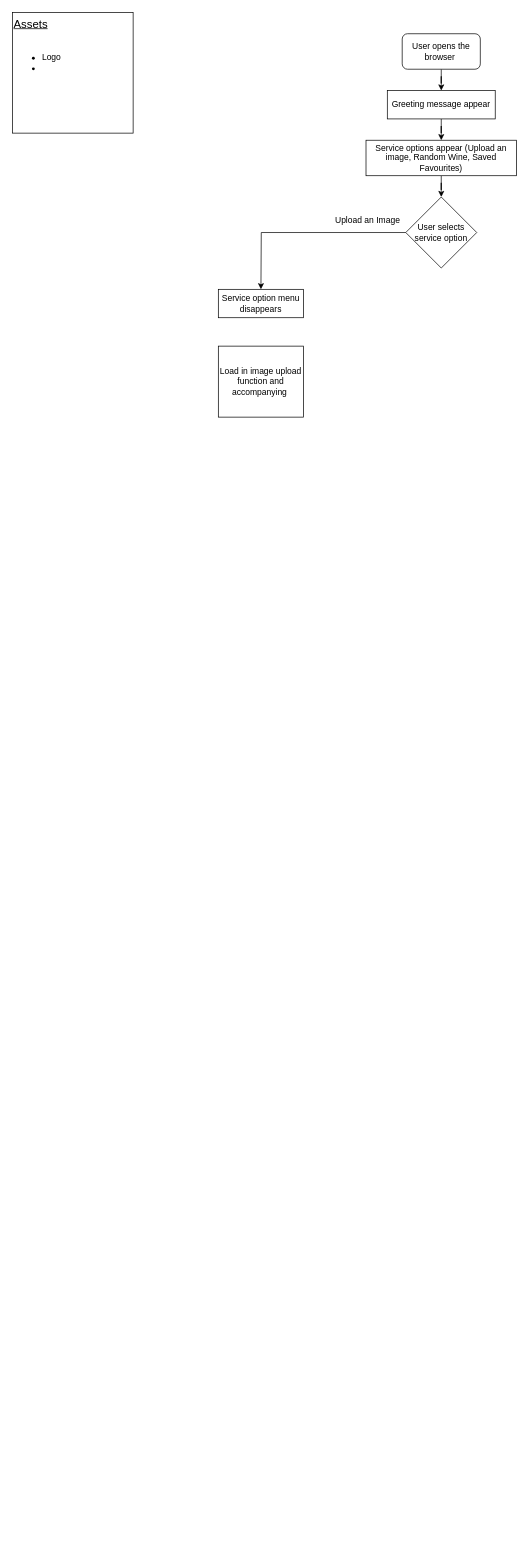
The draw.io diagram page "Full MVP" (1 of 2) of planning_docs/mvp_diagrams.drawio in samannetts8/Pour_Decisions, before the edit. Source tidied: cells renumbered, new cells numbered last; positions are measured from the earlier drawing's top-left corner, leaving out a move shared by most shapes. Both pictures are drawn from the tidied source at 71%, with x=0, y=0 at pixel (12, 12).
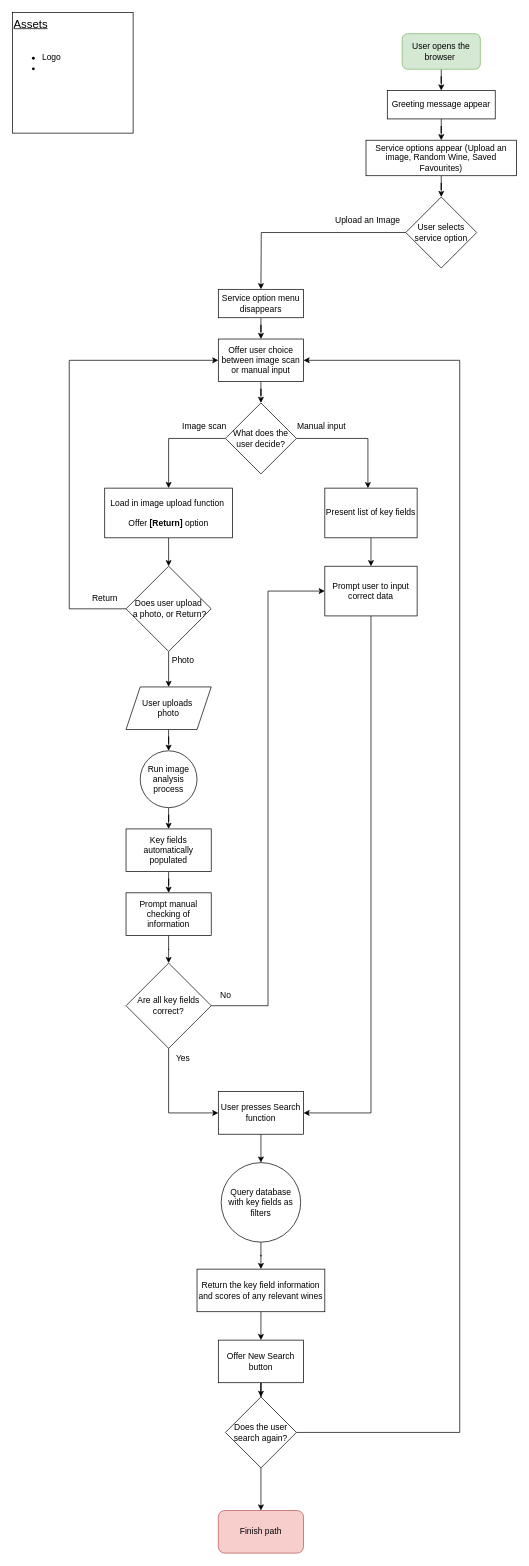
The same page after the edit.

Commit message (it also covers changes not shown here):
updated Draw.io graph for logic pathway of image or manual wine search

Unchanged cells that the change refers to:
```xml
<mxCell id="11" value="Service option menu disappears" style="rounded=0;whiteSpace=wrap;html=1;" parent="1" vertex="1">
  <mxGeometry x="290" y="390" width="120" height="40" as="geometry" />
</mxCell>
```

Change to the diagram source:
```diff
@@
-    <mxCell id="3" value="User opens the browser&amp;nbsp;" style="rounded=1;whiteSpace=wrap;html=1;" parent="1" vertex="1">
+    <mxCell id="3" value="User opens the browser&amp;nbsp;" style="rounded=1;whiteSpace=wrap;html=1;fillColor=#d5e8d4;strokeColor=#82b366;" parent="1" vertex="1">
       <mxGeometry x="549" y="30" width="110" height="50" as="geometry" />
     </mxCell>
@@
+    <mxCell id="14" style="edgeStyle=orthogonalEdgeStyle;rounded=0;jettySize=auto;html=1;" parent="1" edge="1" source="11" target="31">
+      <mxGeometry relative="1" as="geometry" />
+    </mxCell>
@@
+    <mxCell id="15" style="edgeStyle=orthogonalEdgeStyle;rounded=0;jettySize=auto;html=1;" parent="1" edge="1" source="12" target="18">
+      <mxGeometry relative="1" as="geometry" />
+    </mxCell>
-    <mxCell id="12" value="Load in image upload function and accompanying&amp;nbsp;" style="rounded=0;whiteSpace=wrap;html=1;" parent="1" vertex="1">
-      <mxGeometry x="290" y="470" width="120" height="100" as="geometry" />
+    <mxCell id="12" value="Load in image upload function&amp;nbsp;&lt;div&gt;&lt;br&gt;&lt;/div&gt;&lt;div&gt;Offer &lt;b&gt;[Return]&lt;/b&gt; option&lt;/div&gt;" style="rounded=0;whiteSpace=wrap;html=1;" parent="1" vertex="1">
+      <mxGeometry x="130" y="670" width="180" height="70" as="geometry" />
     </mxCell>
@@
+    <mxCell id="16" style="edgeStyle=orthogonalEdgeStyle;rounded=0;jettySize=auto;html=1;" parent="1" edge="1" source="18" target="20">
+      <mxGeometry relative="1" as="geometry" />
+    </mxCell>
+    <mxCell id="17" style="edgeStyle=orthogonalEdgeStyle;rounded=0;jettySize=auto;html=1;entryX=0;entryY=0.5;entryDx=0;entryDy=0;" parent="1" edge="1" source="18" target="31">
+      <mxGeometry relative="1" as="geometry">
+        <Array as="points">
+          <mxPoint x="80" y="840" />
+          <mxPoint x="80" y="490" />
+        </Array>
+      </mxGeometry>
+    </mxCell>
+    <mxCell id="18" value="Does user upload&lt;div&gt;&amp;nbsp;a photo, or Return?&lt;/div&gt;" style="rhombus;whiteSpace=wrap;html=1;" parent="1" vertex="1">
+      <mxGeometry x="160" y="780" width="120" height="120" as="geometry" />
+    </mxCell>
+    <mxCell id="19" style="edgeStyle=orthogonalEdgeStyle;rounded=0;jettySize=auto;html=1;" parent="1" edge="1" source="20" target="22">
+      <mxGeometry relative="1" as="geometry" />
+    </mxCell>
+    <mxCell id="20" value="User uploads&amp;nbsp;&lt;div&gt;photo&lt;/div&gt;" style="shape=parallelogram;perimeter=parallelogramPerimeter;whiteSpace=wrap;html=1;fixedSize=1;" parent="1" vertex="1">
+      <mxGeometry x="160" y="950" width="120" height="60" as="geometry" />
+    </mxCell>
+    <mxCell id="21" style="edgeStyle=orthogonalEdgeStyle;rounded=0;jettySize=auto;html=1;" parent="1" edge="1" source="22" target="24">
+      <mxGeometry relative="1" as="geometry" />
+    </mxCell>
+    <mxCell id="22" value="Run image analysis process" style="ellipse;whiteSpace=wrap;html=1;" parent="1" vertex="1">
+      <mxGeometry x="180" y="1040" width="80" height="80" as="geometry" />
+    </mxCell>
+    <mxCell id="23" style="edgeStyle=orthogonalEdgeStyle;rounded=0;jettySize=auto;html=1;" parent="1" edge="1" source="24" target="26">
+      <mxGeometry relative="1" as="geometry" />
+    </mxCell>
+    <mxCell id="24" value="Key fields automatically populated" style="rounded=0;whiteSpace=wrap;html=1;" parent="1" vertex="1">
+      <mxGeometry x="160" y="1150" width="120" height="60" as="geometry" />
+    </mxCell>
+    <mxCell id="25" style="edgeStyle=orthogonalEdgeStyle;rounded=0;jettySize=auto;html=1;" parent="1" edge="1" source="26" target="29">
+      <mxGeometry relative="1" as="geometry" />
+    </mxCell>
+    <mxCell id="26" value="Prompt manual checking of information" style="rounded=0;whiteSpace=wrap;html=1;" parent="1" vertex="1">
+      <mxGeometry x="160" y="1240" width="120" height="60" as="geometry" />
+    </mxCell>
+    <mxCell id="27" style="edgeStyle=orthogonalEdgeStyle;rounded=0;jettySize=auto;html=1;entryX=0;entryY=0.5;entryDx=0;entryDy=0;" parent="1" edge="1" source="29" target="44">
+      <mxGeometry relative="1" as="geometry">
+        <Array as="points">
+          <mxPoint x="220" y="1550" />
+        </Array>
+      </mxGeometry>
+    </mxCell>
+    <mxCell id="28" style="edgeStyle=orthogonalEdgeStyle;rounded=0;jettySize=auto;html=1;entryX=0;entryY=0.5;entryDx=0;entryDy=0;" parent="1" edge="1" source="29" target="42">
+      <mxGeometry relative="1" as="geometry" />
+    </mxCell>
+    <mxCell id="29" value="Are all key fields correct?" style="rhombus;whiteSpace=wrap;html=1;" parent="1" vertex="1">
+      <mxGeometry x="160" y="1339" width="120" height="120" as="geometry" />
+    </mxCell>
+    <mxCell id="30" style="edgeStyle=orthogonalEdgeStyle;rounded=0;jettySize=auto;html=1;" parent="1" edge="1" source="31" target="33">
+      <mxGeometry relative="1" as="geometry" />
+    </mxCell>
+    <mxCell id="31" value="Offer user choice between image scan or manual inpu&lt;span style=&quot;background-color: initial;&quot;&gt;t&lt;/span&gt;" style="rounded=0;whiteSpace=wrap;html=1;" parent="1" vertex="1">
+      <mxGeometry x="290" y="460" width="120" height="60" as="geometry" />
+    </mxCell>
+    <mxCell id="32" style="edgeStyle=orthogonalEdgeStyle;rounded=0;jettySize=auto;html=1;entryX=0.5;entryY=0;entryDx=0;entryDy=0;" parent="1" edge="1" source="33" target="12">
+      <mxGeometry relative="1" as="geometry">
+        <Array as="points">
+          <mxPoint x="220" y="600" />
+        </Array>
+      </mxGeometry>
+    </mxCell>
+    <mxCell id="33" value="What does the user decide?" style="rhombus;whiteSpace=wrap;html=1;" parent="1" vertex="1">
+      <mxGeometry x="300" y="550" width="100" height="100" as="geometry" />
+    </mxCell>
+    <mxCell id="34" value="Image scan" style="text;html=1;align=center;verticalAlign=middle;strokeColor=none;fillColor=none;" parent="1" vertex="1">
+      <mxGeometry x="225" y="568" width="90" height="30" as="geometry" />
+    </mxCell>
+    <mxCell id="35" value="Return" style="text;html=1;align=center;verticalAlign=middle;strokeColor=none;fillColor=none;" parent="1" vertex="1">
+      <mxGeometry x="100" y="810" width="60" height="30" as="geometry" />
+    </mxCell>
+    <mxCell id="36" value="Photo" style="text;html=1;align=center;verticalAlign=middle;strokeColor=none;fillColor=none;" parent="1" vertex="1">
+      <mxGeometry x="215" y="898" width="50" height="30" as="geometry" />
+    </mxCell>
+    <mxCell id="37" style="edgeStyle=orthogonalEdgeStyle;rounded=0;jettySize=auto;html=1;" parent="1" edge="1" source="38" target="42">
+      <mxGeometry relative="1" as="geometry" />
+    </mxCell>
+    <mxCell id="38" value="Present list of key fields" style="rounded=0;whiteSpace=wrap;html=1;" parent="1" vertex="1">
+      <mxGeometry x="440" y="670" width="130" height="70" as="geometry" />
+    </mxCell>
+    <mxCell id="39" style="edgeStyle=orthogonalEdgeStyle;rounded=0;jettySize=auto;html=1;entryX=0.467;entryY=0.002;entryDx=0;entryDy=0;entryPerimeter=0;" parent="1" edge="1" source="33" target="38">
+      <mxGeometry relative="1" as="geometry" />
+    </mxCell>
+    <mxCell id="40" value="Manual input" style="text;html=1;align=center;verticalAlign=middle;strokeColor=none;fillColor=none;" parent="1" vertex="1">
+      <mxGeometry x="390" y="568" width="90" height="30" as="geometry" />
+    </mxCell>
+    <mxCell id="41" style="edgeStyle=orthogonalEdgeStyle;rounded=0;jettySize=auto;html=1;entryX=1;entryY=0.5;entryDx=0;entryDy=0;" parent="1" edge="1" source="42" target="44">
+      <mxGeometry relative="1" as="geometry">
+        <Array as="points">
+          <mxPoint x="505" y="1550" />
+        </Array>
+      </mxGeometry>
+    </mxCell>
+    <mxCell id="42" value="Prompt user to input correct data" style="rounded=0;whiteSpace=wrap;html=1;" parent="1" vertex="1">
+      <mxGeometry x="440" y="780" width="130" height="70" as="geometry" />
+    </mxCell>
+    <mxCell id="43" style="edgeStyle=orthogonalEdgeStyle;rounded=0;jettySize=auto;html=1;" parent="1" edge="1" source="44" target="48">
+      <mxGeometry relative="1" as="geometry" />
+    </mxCell>
+    <mxCell id="44" value="User presses Search function" style="rounded=0;whiteSpace=wrap;html=1;" parent="1" vertex="1">
+      <mxGeometry x="290" y="1520" width="120" height="60" as="geometry" />
+    </mxCell>
+    <mxCell id="45" value="Yes" style="text;html=1;align=center;verticalAlign=middle;strokeColor=none;fillColor=none;" parent="1" vertex="1">
+      <mxGeometry x="220" y="1458" width="40" height="30" as="geometry" />
+    </mxCell>
+    <mxCell id="46" value="No" style="text;html=1;align=center;verticalAlign=middle;strokeColor=none;fillColor=none;" parent="1" vertex="1">
+      <mxGeometry x="280" y="1370" width="40" height="30" as="geometry" />
+    </mxCell>
+    <mxCell id="47" style="edgeStyle=orthogonalEdgeStyle;rounded=0;jettySize=auto;html=1;" parent="1" edge="1" source="48" target="50">
+      <mxGeometry relative="1" as="geometry" />
+    </mxCell>
+    <mxCell id="48" value="Query database with key fields as filters" style="ellipse;whiteSpace=wrap;html=1;" parent="1" vertex="1">
+      <mxGeometry x="294" y="1620" width="112" height="112" as="geometry" />
+    </mxCell>
+    <mxCell id="49" style="edgeStyle=orthogonalEdgeStyle;rounded=0;jettySize=auto;html=1;" parent="1" edge="1" source="50" target="52">
+      <mxGeometry relative="1" as="geometry" />
+    </mxCell>
+    <mxCell id="50" value="Return the key field information and scores of any relevant wines" style="rounded=0;whiteSpace=wrap;html=1;" parent="1" vertex="1">
+      <mxGeometry x="260" y="1770" width="180" height="60" as="geometry" />
+    </mxCell>
+    <mxCell id="51" style="edgeStyle=orthogonalEdgeStyle;rounded=0;jettySize=auto;html=1;" parent="1" edge="1" source="52" target="55">
+      <mxGeometry relative="1" as="geometry" />
+    </mxCell>
+    <mxCell id="52" value="Offer New Search button" style="rounded=0;whiteSpace=wrap;html=1;" parent="1" vertex="1">
+      <mxGeometry x="290" y="1870" width="120" height="60" as="geometry" />
+    </mxCell>
+    <mxCell id="53" style="edgeStyle=orthogonalEdgeStyle;rounded=0;jettySize=auto;html=1;entryX=1;entryY=0.5;entryDx=0;entryDy=0;" parent="1" edge="1" source="55" target="31">
+      <mxGeometry relative="1" as="geometry">
+        <Array as="points">
+          <mxPoint x="630" y="2000" />
+          <mxPoint x="630" y="490" />
+        </Array>
+      </mxGeometry>
+    </mxCell>
+    <mxCell id="54" style="edgeStyle=orthogonalEdgeStyle;rounded=0;jettySize=auto;html=1;" parent="1" edge="1" source="55" target="56">
+      <mxGeometry relative="1" as="geometry" />
+    </mxCell>
+    <mxCell id="55" value="Does the user search again?" style="rhombus;whiteSpace=wrap;html=1;" parent="1" vertex="1">
+      <mxGeometry x="300" y="1950" width="100" height="100" as="geometry" />
+    </mxCell>
+    <mxCell id="56" value="Finish path" style="rounded=1;whiteSpace=wrap;html=1;fillColor=#f8cecc;strokeColor=#b85450;" parent="1" vertex="1">
+      <mxGeometry x="290" y="2110" width="120" height="60" as="geometry" />
+    </mxCell>
```
